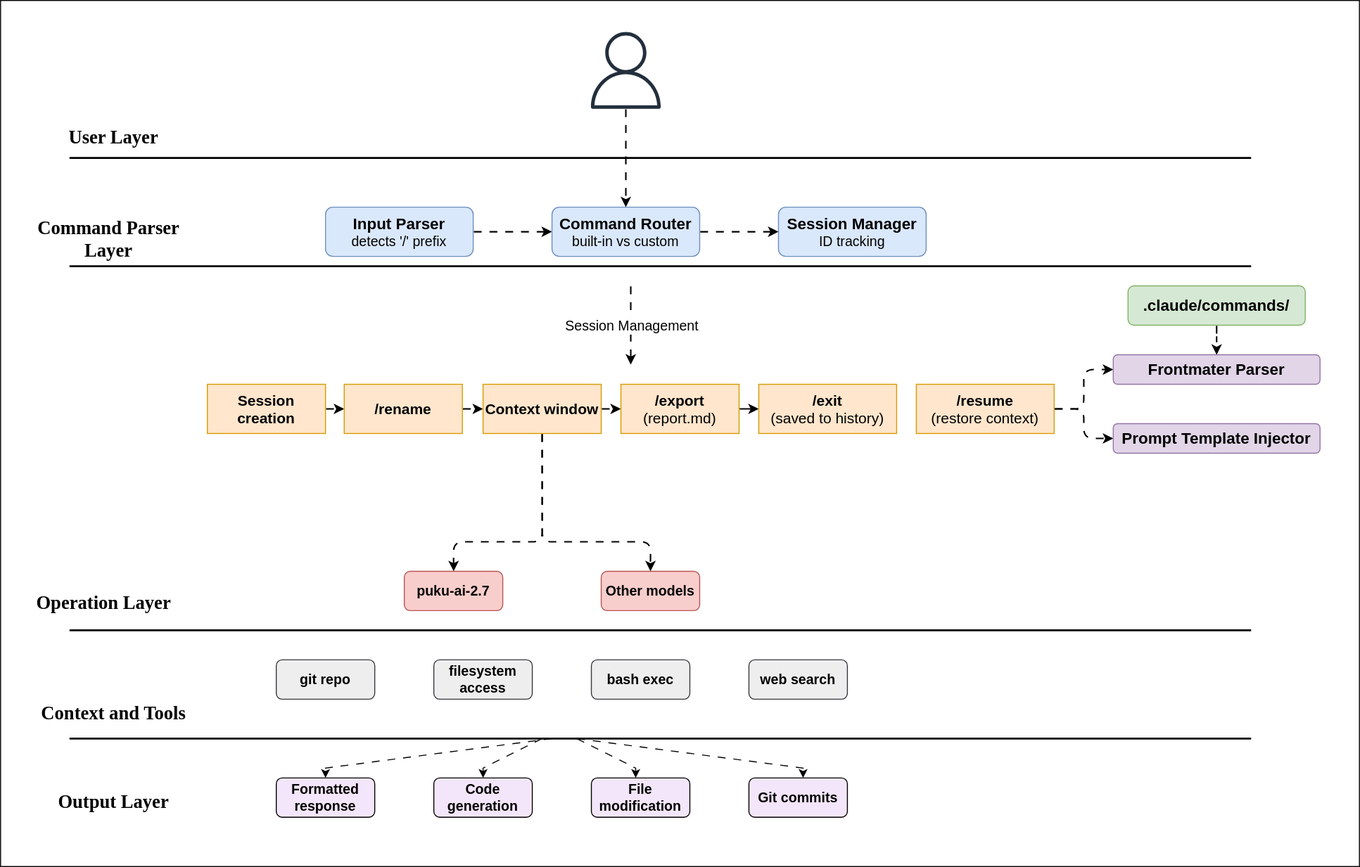
The draw.io diagram puku-cli-labs/G1/Lab01/images/dia1.svg in poridhiEng/lab-asset, before a commit. Source tidied: cells renumbered, new cells last; positions are measured from the earlier drawing's top-left corner, leaving out a move shared by most shapes. Its diagram source:
```xml
<mxGraphModel>
  <root>
    <mxCell id="0" />
    <mxCell id="1" parent="0" />
    <mxCell id="2" style="rounded=0;whiteSpace=wrap;html=1;" parent="1" vertex="1">
      <mxGeometry width="1380" height="880" as="geometry" />
    </mxCell>
    <mxCell id="3" style="edgeStyle=orthogonalEdgeStyle;rounded=1;jettySize=auto;html=1;curved=0;strokeWidth=1.5;flowAnimation=1;" parent="1" edge="1" source="4" target="7">
      <mxGeometry relative="1" as="geometry" />
    </mxCell>
    <mxCell id="4" value="&lt;font style=&quot;font-size: 16px;&quot;&gt;&lt;b&gt;Input Parser&lt;/b&gt;&lt;/font&gt;&lt;div&gt;&lt;font style=&quot;font-size: 14px;&quot;&gt;detects '/' prefix&lt;/font&gt;&lt;/div&gt;" style="rounded=1;whiteSpace=wrap;html=1;fillColor=#dae8fc;strokeColor=#6c8ebf;" parent="1" vertex="1">
      <mxGeometry x="330" y="210" width="150" height="50" as="geometry" />
    </mxCell>
    <mxCell id="5" value="&lt;font style=&quot;font-size: 16px;&quot;&gt;&lt;b&gt;Session Manager&lt;/b&gt;&lt;/font&gt;&lt;div&gt;&lt;font style=&quot;font-size: 14px;&quot;&gt;ID tracking&lt;/font&gt;&lt;/div&gt;" style="rounded=1;whiteSpace=wrap;html=1;fillColor=#dae8fc;strokeColor=#6c8ebf;" parent="1" vertex="1">
      <mxGeometry x="790" y="210" width="150" height="50" as="geometry" />
    </mxCell>
    <mxCell id="6" style="edgeStyle=orthogonalEdgeStyle;rounded=1;jettySize=auto;html=1;curved=0;strokeWidth=1.5;flowAnimation=1;" parent="1" edge="1" source="7" target="5">
      <mxGeometry relative="1" as="geometry" />
    </mxCell>
    <mxCell id="7" value="&lt;font style=&quot;font-size: 16px;&quot;&gt;&lt;b&gt;Command Router&lt;/b&gt;&lt;/font&gt;&lt;div&gt;&lt;font style=&quot;font-size: 14px;&quot;&gt;built-in vs custom&lt;/font&gt;&lt;/div&gt;" style="rounded=1;whiteSpace=wrap;html=1;fillColor=#dae8fc;strokeColor=#6c8ebf;" parent="1" vertex="1">
      <mxGeometry x="560" y="210" width="150" height="50" as="geometry" />
    </mxCell>
    <mxCell id="8" style="edgeStyle=orthogonalEdgeStyle;rounded=1;jettySize=auto;html=1;exitX=1;exitY=0.5;exitDx=0;exitDy=0;entryX=0;entryY=0.5;entryDx=0;entryDy=0;curved=0;strokeWidth=1.5;flowAnimation=1;" parent="1" edge="1" source="9" target="11">
      <mxGeometry relative="1" as="geometry" />
    </mxCell>
    <mxCell id="9" value="&lt;font style=&quot;font-size: 15px;&quot;&gt;&lt;b&gt;Session creation&lt;/b&gt;&lt;/font&gt;" style="rounded=0;whiteSpace=wrap;html=1;fillColor=#ffe6cc;strokeColor=#d79b00;" parent="1" vertex="1">
      <mxGeometry x="210" y="390" width="120" height="50" as="geometry" />
    </mxCell>
    <mxCell id="10" style="edgeStyle=orthogonalEdgeStyle;rounded=1;jettySize=auto;html=1;exitX=1;exitY=0.5;exitDx=0;exitDy=0;entryX=0;entryY=0.5;entryDx=0;entryDy=0;curved=0;strokeWidth=1.5;flowAnimation=1;" parent="1" edge="1" source="11" target="15">
      <mxGeometry relative="1" as="geometry" />
    </mxCell>
    <mxCell id="11" value="&lt;font style=&quot;font-size: 15px;&quot;&gt;&lt;b&gt;/rename&lt;/b&gt;&lt;/font&gt;" style="rounded=0;whiteSpace=wrap;html=1;fillColor=#ffe6cc;strokeColor=#d79b00;" parent="1" vertex="1">
      <mxGeometry x="349" y="390" width="120" height="50" as="geometry" />
    </mxCell>
    <mxCell id="12" style="edgeStyle=orthogonalEdgeStyle;rounded=1;jettySize=auto;html=1;exitX=1;exitY=0.5;exitDx=0;exitDy=0;entryX=0;entryY=0.5;entryDx=0;entryDy=0;curved=0;strokeWidth=1.5;flowAnimation=1;" parent="1" edge="1" source="15" target="17">
      <mxGeometry relative="1" as="geometry" />
    </mxCell>
    <mxCell id="13" style="edgeStyle=orthogonalEdgeStyle;rounded=1;jettySize=auto;html=1;exitX=0.5;exitY=1;exitDx=0;exitDy=0;curved=0;strokeWidth=1.5;flowAnimation=1;" parent="1" edge="1" source="15" target="24">
      <mxGeometry relative="1" as="geometry">
        <Array as="points">
          <mxPoint x="550" y="550" />
          <mxPoint x="460" y="550" />
        </Array>
      </mxGeometry>
    </mxCell>
    <mxCell id="14" style="edgeStyle=orthogonalEdgeStyle;rounded=1;jettySize=auto;html=1;exitX=0.5;exitY=1;exitDx=0;exitDy=0;entryX=0.5;entryY=0;entryDx=0;entryDy=0;curved=0;strokeWidth=1.5;flowAnimation=1;" parent="1" edge="1" source="15" target="25">
      <mxGeometry relative="1" as="geometry">
        <Array as="points">
          <mxPoint x="550" y="550" />
          <mxPoint x="660" y="550" />
        </Array>
      </mxGeometry>
    </mxCell>
    <mxCell id="15" value="&lt;font style=&quot;font-size: 15px;&quot;&gt;&lt;b&gt;Context window&lt;/b&gt;&lt;/font&gt;" style="rounded=0;whiteSpace=wrap;html=1;fillColor=#ffe6cc;strokeColor=#d79b00;" parent="1" vertex="1">
      <mxGeometry x="490" y="390" width="120" height="50" as="geometry" />
    </mxCell>
    <mxCell id="16" style="edgeStyle=orthogonalEdgeStyle;rounded=1;jettySize=auto;html=1;curved=0;strokeWidth=1.5;flowAnimation=1;" parent="1" edge="1" source="17" target="18">
      <mxGeometry relative="1" as="geometry" />
    </mxCell>
    <mxCell id="17" value="&lt;font style=&quot;font-size: 15px;&quot;&gt;&lt;b&gt;/export&lt;/b&gt;&lt;/font&gt;&lt;div&gt;&lt;font style=&quot;font-size: 15px;&quot;&gt;(report.md)&lt;/font&gt;&lt;/div&gt;" style="rounded=0;whiteSpace=wrap;html=1;fillColor=#ffe6cc;strokeColor=#d79b00;" parent="1" vertex="1">
      <mxGeometry x="630" y="390" width="120" height="50" as="geometry" />
    </mxCell>
    <mxCell id="18" value="&lt;font style=&quot;font-size: 15px;&quot;&gt;&lt;b&gt;/exit&lt;/b&gt;&lt;/font&gt;&lt;div&gt;&lt;font style=&quot;font-size: 15px;&quot;&gt;(saved to history)&lt;/font&gt;&lt;/div&gt;" style="rounded=0;whiteSpace=wrap;html=1;fillColor=#ffe6cc;strokeColor=#d79b00;" parent="1" vertex="1">
      <mxGeometry x="770" y="390" width="140" height="50" as="geometry" />
    </mxCell>
    <mxCell id="19" style="edgeStyle=orthogonalEdgeStyle;rounded=1;jettySize=auto;html=1;exitX=1;exitY=0.5;exitDx=0;exitDy=0;entryX=0;entryY=0.5;entryDx=0;entryDy=0;curved=0;strokeWidth=1.5;flowAnimation=1;" parent="1" edge="1" source="21" target="22">
      <mxGeometry relative="1" as="geometry" />
    </mxCell>
    <mxCell id="20" style="edgeStyle=orthogonalEdgeStyle;rounded=1;jettySize=auto;html=1;exitX=1;exitY=0.5;exitDx=0;exitDy=0;entryX=0;entryY=0.5;entryDx=0;entryDy=0;curved=0;strokeWidth=1.5;flowAnimation=1;" parent="1" edge="1" source="21" target="23">
      <mxGeometry relative="1" as="geometry" />
    </mxCell>
    <mxCell id="21" value="&lt;font style=&quot;font-size: 15px;&quot;&gt;&lt;b&gt;/resume&lt;/b&gt;&lt;/font&gt;&lt;div&gt;&lt;font style=&quot;font-size: 15px;&quot;&gt;(restore context)&lt;/font&gt;&lt;/div&gt;" style="rounded=0;whiteSpace=wrap;html=1;fillColor=#ffe6cc;strokeColor=#d79b00;" parent="1" vertex="1">
      <mxGeometry x="930" y="390" width="140" height="50" as="geometry" />
    </mxCell>
    <mxCell id="22" value="&lt;span style=&quot;font-size: 16px;&quot;&gt;&lt;b&gt;Frontmater Parser&lt;/b&gt;&lt;/span&gt;" style="rounded=1;whiteSpace=wrap;html=1;fillColor=#e1d5e7;strokeColor=#9673a6;" parent="1" vertex="1">
      <mxGeometry x="1130" y="360" width="210" height="30" as="geometry" />
    </mxCell>
    <mxCell id="23" value="&lt;span style=&quot;font-size: 16px;&quot;&gt;&lt;b&gt;Prompt Template Injector&lt;/b&gt;&lt;/span&gt;" style="rounded=1;whiteSpace=wrap;html=1;fillColor=#e1d5e7;strokeColor=#9673a6;" parent="1" vertex="1">
      <mxGeometry x="1130" y="430" width="210" height="30" as="geometry" />
    </mxCell>
    <mxCell id="24" value="&lt;b&gt;&lt;font style=&quot;font-size: 14px;&quot;&gt;puku-ai-2.7&lt;/font&gt;&lt;/b&gt;" style="rounded=1;whiteSpace=wrap;html=1;fillColor=#f8cecc;strokeColor=#b85450;" parent="1" vertex="1">
      <mxGeometry x="410" y="580" width="100" height="40" as="geometry" />
    </mxCell>
    <mxCell id="25" value="&lt;b&gt;&lt;font style=&quot;font-size: 14px;&quot;&gt;Other models&lt;/font&gt;&lt;/b&gt;" style="rounded=1;whiteSpace=wrap;html=1;fillColor=#f8cecc;strokeColor=#b85450;" parent="1" vertex="1">
      <mxGeometry x="610" y="580" width="100" height="40" as="geometry" />
    </mxCell>
    <mxCell id="26" style="edgeStyle=orthogonalEdgeStyle;rounded=1;jettySize=auto;html=1;curved=0;strokeWidth=1.5;flowAnimation=1;" parent="1" edge="1" source="27" target="22">
      <mxGeometry relative="1" as="geometry" />
    </mxCell>
    <mxCell id="27" value="&lt;span style=&quot;font-size: 16px;&quot;&gt;&lt;b&gt;.claude/commands/&lt;/b&gt;&lt;/span&gt;" style="rounded=1;whiteSpace=wrap;html=1;fillColor=#d5e8d4;strokeColor=#82b366;" parent="1" vertex="1">
      <mxGeometry x="1145" y="290" width="180" height="40" as="geometry" />
    </mxCell>
    <mxCell id="28" value="&lt;b&gt;&lt;font style=&quot;font-size: 14px;&quot;&gt;git repo&lt;/font&gt;&lt;/b&gt;" style="rounded=1;whiteSpace=wrap;html=1;fillColor=#eeeeee;strokeColor=#36393d;" parent="1" vertex="1">
      <mxGeometry x="280" y="670" width="100" height="40" as="geometry" />
    </mxCell>
    <mxCell id="29" value="&lt;b&gt;&lt;font style=&quot;font-size: 14px;&quot;&gt;filesystem access&lt;/font&gt;&lt;/b&gt;" style="rounded=1;whiteSpace=wrap;html=1;fillColor=#eeeeee;strokeColor=#36393d;" parent="1" vertex="1">
      <mxGeometry x="440" y="670" width="100" height="40" as="geometry" />
    </mxCell>
    <mxCell id="30" value="&lt;b&gt;&lt;font style=&quot;font-size: 14px;&quot;&gt;bash exec&lt;/font&gt;&lt;/b&gt;" style="rounded=1;whiteSpace=wrap;html=1;fillColor=#eeeeee;strokeColor=#36393d;" parent="1" vertex="1">
      <mxGeometry x="600" y="670" width="100" height="40" as="geometry" />
    </mxCell>
    <mxCell id="31" value="&lt;b&gt;&lt;font style=&quot;font-size: 14px;&quot;&gt;web search&lt;/font&gt;&lt;/b&gt;" style="rounded=1;whiteSpace=wrap;html=1;fillColor=#eeeeee;strokeColor=#36393d;" parent="1" vertex="1">
      <mxGeometry x="760" y="670" width="100" height="40" as="geometry" />
    </mxCell>
    <mxCell id="32" value="&lt;b&gt;&lt;font style=&quot;font-size: 14px;&quot;&gt;Formatted response&lt;/font&gt;&lt;/b&gt;" style="rounded=1;whiteSpace=wrap;html=1;fillColor=#F4E6FA;" parent="1" vertex="1">
      <mxGeometry x="280" y="790" width="100" height="40" as="geometry" />
    </mxCell>
    <mxCell id="33" value="&lt;span style=&quot;font-size: 14px;&quot;&gt;&lt;b&gt;Code generation&lt;/b&gt;&lt;/span&gt;" style="rounded=1;whiteSpace=wrap;html=1;fillColor=#F4E6FA;" parent="1" vertex="1">
      <mxGeometry x="440" y="790" width="100" height="40" as="geometry" />
    </mxCell>
    <mxCell id="34" value="&lt;b&gt;&lt;font style=&quot;font-size: 14px;&quot;&gt;File modification&lt;/font&gt;&lt;/b&gt;" style="rounded=1;whiteSpace=wrap;html=1;fillColor=#F4E6FA;" parent="1" vertex="1">
      <mxGeometry x="600" y="790" width="100" height="40" as="geometry" />
    </mxCell>
    <mxCell id="35" value="&lt;b&gt;&lt;font style=&quot;font-size: 14px;&quot;&gt;Git commits&lt;/font&gt;&lt;/b&gt;" style="rounded=1;whiteSpace=wrap;html=1;fillColor=#F4E6FA;" parent="1" vertex="1">
      <mxGeometry x="760" y="790" width="100" height="40" as="geometry" />
    </mxCell>
    <mxCell id="36" style="sketch=0;outlineConnect=0;fontColor=#232F3E;gradientColor=none;fillColor=#232F3D;strokeColor=none;dashed=0;verticalLabelPosition=bottom;verticalAlign=top;align=center;html=1;fontSize=12;fontStyle=0;shape=mxgraph.aws4.user;" parent="1" vertex="1">
      <mxGeometry x="596" y="32" width="78" height="78" as="geometry" />
    </mxCell>
    <mxCell id="37" style="endArrow=classic;html=1;rounded=0;entryX=0.5;entryY=0;entryDx=0;entryDy=0;strokeWidth=1.5;flowAnimation=1;" parent="1" edge="1" source="36" target="7">
      <mxGeometry relative="1" as="geometry" />
    </mxCell>
    <mxCell id="38" style="endArrow=none;html=1;rounded=0;strokeWidth=2;" parent="1" edge="1">
      <mxGeometry relative="1" as="geometry">
        <mxPoint x="70" y="270" as="sourcePoint" />
        <mxPoint x="1270" y="270" as="targetPoint" />
      </mxGeometry>
    </mxCell>
    <mxCell id="39" style="endArrow=classic;html=1;rounded=0;flowAnimation=1;strokeWidth=1.5;" parent="1" edge="1">
      <mxGeometry relative="1" as="geometry">
        <mxPoint x="640" y="290" as="sourcePoint" />
        <mxPoint x="640" y="370" as="targetPoint" />
      </mxGeometry>
    </mxCell>
    <mxCell id="40" value="&lt;font style=&quot;font-size: 14px;&quot;&gt;Session Management&lt;/font&gt;" style="edgeLabel;html=1;align=center;verticalAlign=middle;" parent="39" vertex="1">
      <mxGeometry x="-0.01" relative="1" as="geometry" />
    </mxCell>
    <mxCell id="41" style="endArrow=none;html=1;rounded=0;strokeWidth=2;" parent="1" edge="1">
      <mxGeometry relative="1" as="geometry">
        <mxPoint x="70" y="640" as="sourcePoint" />
        <mxPoint x="1270" y="640" as="targetPoint" />
      </mxGeometry>
    </mxCell>
    <mxCell id="42" style="endArrow=none;html=1;rounded=0;strokeWidth=2;" parent="1" edge="1">
      <mxGeometry relative="1" as="geometry">
        <mxPoint x="70" y="750" as="sourcePoint" />
        <mxPoint x="1270" y="750" as="targetPoint" />
      </mxGeometry>
    </mxCell>
    <mxCell id="43" style="endArrow=none;html=1;rounded=0;strokeWidth=2;" parent="1" edge="1">
      <mxGeometry relative="1" as="geometry">
        <mxPoint x="70" y="160" as="sourcePoint" />
        <mxPoint x="1270" y="160" as="targetPoint" />
      </mxGeometry>
    </mxCell>
    <mxCell id="44" value="&lt;b&gt;&lt;font style=&quot;font-size: 19px;&quot; face=&quot;Verdana&quot;&gt;User Layer&lt;/font&gt;&lt;/b&gt;" style="text;html=1;whiteSpace=wrap;strokeColor=none;fillColor=none;align=center;verticalAlign=middle;rounded=0;" parent="1" vertex="1">
      <mxGeometry x="40" y="120" width="150" height="40" as="geometry" />
    </mxCell>
    <mxCell id="45" value="&lt;b&gt;&lt;font style=&quot;font-size: 19px;&quot; face=&quot;Verdana&quot;&gt;Command Parser Layer&lt;/font&gt;&lt;/b&gt;" style="text;html=1;whiteSpace=wrap;strokeColor=none;fillColor=none;align=center;verticalAlign=middle;rounded=0;" parent="1" vertex="1">
      <mxGeometry x="30" y="220" width="160" height="45" as="geometry" />
    </mxCell>
    <mxCell id="46" value="&lt;font face=&quot;Verdana&quot;&gt;&lt;span style=&quot;font-size: 19px;&quot;&gt;&lt;b&gt;Operation Layer&lt;/b&gt;&lt;/span&gt;&lt;/font&gt;" style="text;html=1;whiteSpace=wrap;strokeColor=none;fillColor=none;align=center;verticalAlign=middle;rounded=0;" parent="1" vertex="1">
      <mxGeometry x="30" y="593" width="150" height="40" as="geometry" />
    </mxCell>
    <mxCell id="47" value="&lt;b&gt;&lt;font style=&quot;font-size: 19px;&quot; face=&quot;Verdana&quot;&gt;Context and Tools&lt;/font&gt;&lt;/b&gt;" style="text;html=1;whiteSpace=wrap;strokeColor=none;fillColor=none;align=center;verticalAlign=middle;rounded=0;" parent="1" vertex="1">
      <mxGeometry x="40" y="710" width="150" height="30" as="geometry" />
    </mxCell>
    <mxCell id="48" value="&lt;b&gt;&lt;font style=&quot;font-size: 19px;&quot; face=&quot;Verdana&quot;&gt;Output Layer&lt;/font&gt;&lt;/b&gt;" style="text;html=1;whiteSpace=wrap;strokeColor=none;fillColor=none;align=center;verticalAlign=middle;rounded=0;" parent="1" vertex="1">
      <mxGeometry x="40" y="800" width="150" height="30" as="geometry" />
    </mxCell>
    <mxCell id="49" style="endArrow=classic;html=1;rounded=0;entryX=0.5;entryY=0;entryDx=0;entryDy=0;flowAnimation=1;" parent="1" edge="1" target="32">
      <mxGeometry relative="1" as="geometry">
        <mxPoint x="560" y="750" as="sourcePoint" />
        <Array as="points">
          <mxPoint x="330" y="780" />
        </Array>
      </mxGeometry>
    </mxCell>
    <mxCell id="50" style="endArrow=classic;html=1;rounded=0;entryX=0.5;entryY=0;entryDx=0;entryDy=0;flowAnimation=1;" parent="1" edge="1" target="33">
      <mxGeometry relative="1" as="geometry">
        <mxPoint x="550" y="750" as="sourcePoint" />
        <Array as="points">
          <mxPoint x="490" y="780" />
        </Array>
      </mxGeometry>
    </mxCell>
    <mxCell id="51" style="endArrow=classic;html=1;rounded=0;entryX=0.5;entryY=0;entryDx=0;entryDy=0;flowAnimation=1;" parent="1" edge="1">
      <mxGeometry relative="1" as="geometry">
        <mxPoint x="585" y="750" as="sourcePoint" />
        <mxPoint x="815" y="790" as="targetPoint" />
        <Array as="points">
          <mxPoint x="815" y="780" />
        </Array>
      </mxGeometry>
    </mxCell>
    <mxCell id="52" style="endArrow=classic;html=1;rounded=0;entryX=0.5;entryY=0;entryDx=0;entryDy=0;flowAnimation=1;" parent="1" edge="1">
      <mxGeometry relative="1" as="geometry">
        <mxPoint x="585" y="750" as="sourcePoint" />
        <mxPoint x="645" y="790" as="targetPoint" />
        <Array as="points">
          <mxPoint x="645" y="780" />
        </Array>
      </mxGeometry>
    </mxCell>
  </root>
</mxGraphModel>
```
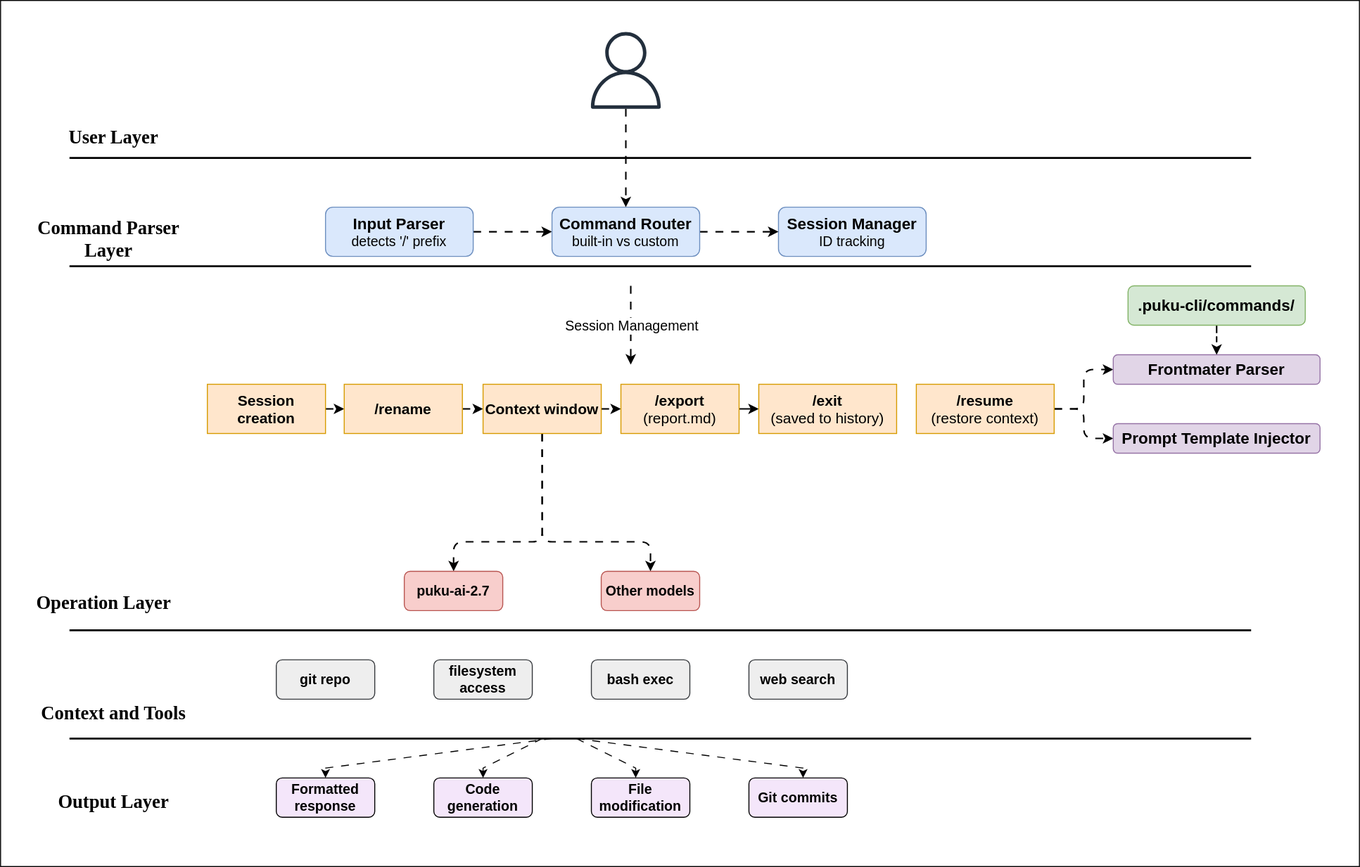
After the change.

The edit, as a diff of the source:
```diff
@@ -87,7 +87,7 @@
     <mxCell id="26" style="edgeStyle=orthogonalEdgeStyle;rounded=1;jettySize=auto;html=1;curved=0;strokeWidth=1.5;flowAnimation=1;" parent="1" edge="1" source="27" target="22">
       <mxGeometry relative="1" as="geometry" />
     </mxCell>
-    <mxCell id="27" value="&lt;span style=&quot;font-size: 16px;&quot;&gt;&lt;b&gt;.claude/commands/&lt;/b&gt;&lt;/span&gt;" style="rounded=1;whiteSpace=wrap;html=1;fillColor=#d5e8d4;strokeColor=#82b366;" parent="1" vertex="1">
+    <mxCell id="27" value="&lt;span style=&quot;font-size: 16px;&quot;&gt;&lt;b&gt;.puku-cli/commands/&lt;/b&gt;&lt;/span&gt;" style="rounded=1;whiteSpace=wrap;html=1;fillColor=#d5e8d4;strokeColor=#82b366;" parent="1" vertex="1">
       <mxGeometry x="1145" y="290" width="180" height="40" as="geometry" />
     </mxCell>
     <mxCell id="28" value="&lt;b&gt;&lt;font style=&quot;font-size: 14px;&quot;&gt;git repo&lt;/font&gt;&lt;/b&gt;" style="rounded=1;whiteSpace=wrap;html=1;fillColor=#eeeeee;strokeColor=#36393d;" parent="1" vertex="1">
```
